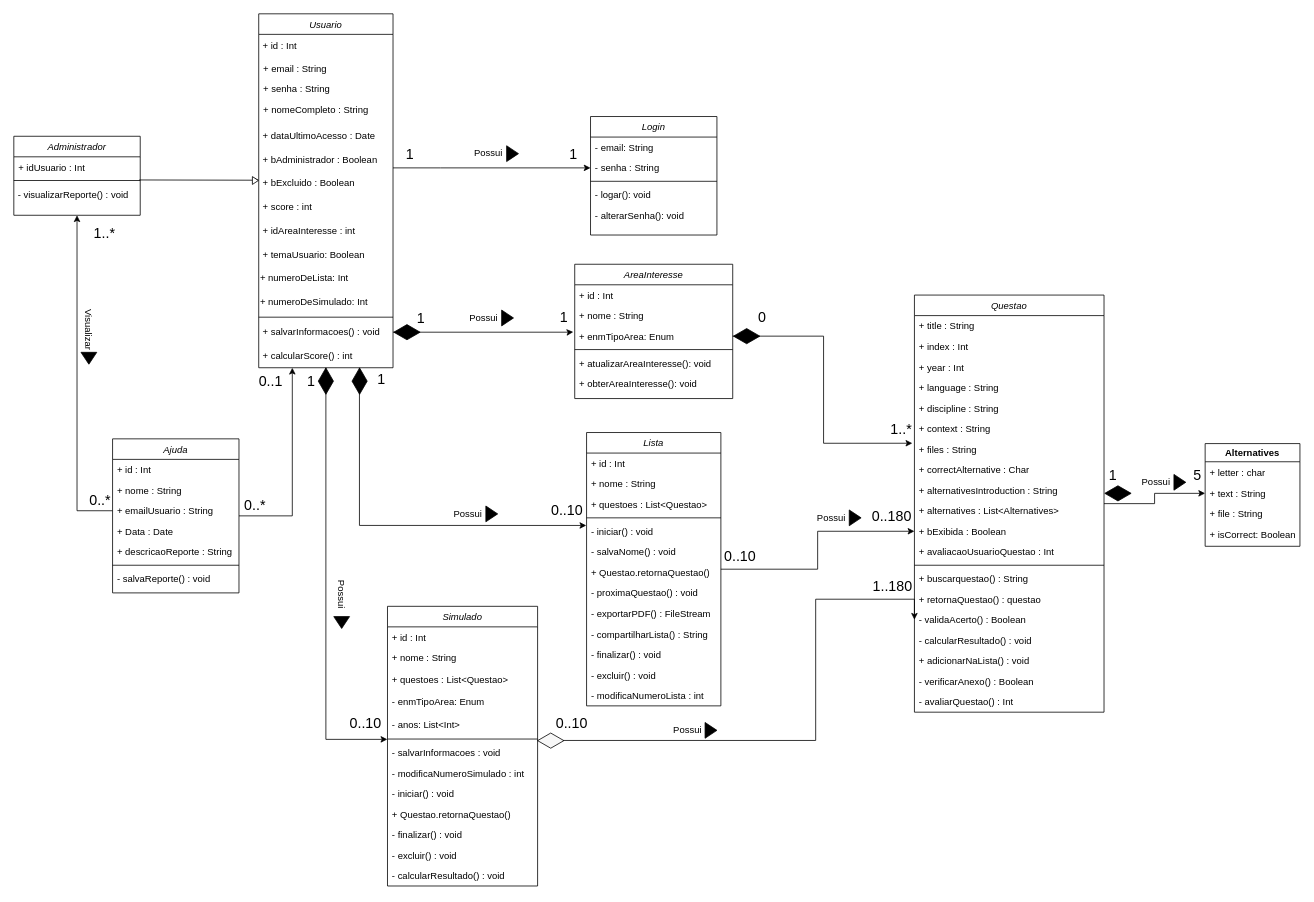
This is QENEM UML Diagram.drawio from augustorazani/QENEM-UML-Diagram, a draw.io file, before an edit. Source tidied: cells renumbered, new cells numbered last; positions are measured from the earlier drawing's top-left corner, leaving out a move shared by most shapes. Both pictures are drawn from the tidied source at 79%, with x=0, y=0 at pixel (13, 13).
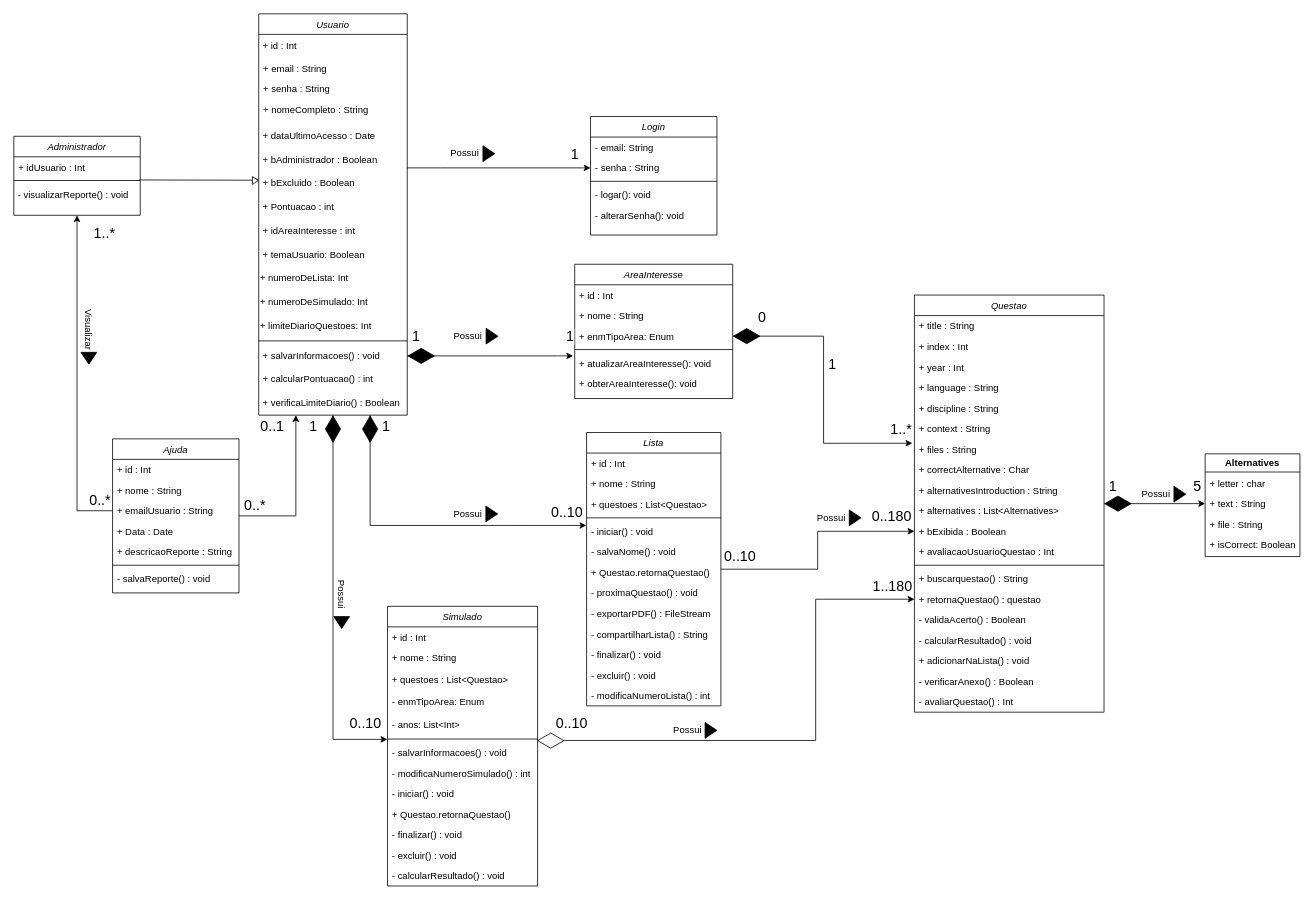
The same diagram, later.

The change refers to these unchanged cells:
```xml
<mxCell id="33" value="Lista" style="swimlane;fontStyle=2;align=center;verticalAlign=top;horizontal=1;startSize=26;rounded=0;shadow=0;strokeWidth=1;" parent="1" vertex="1">
  <mxGeometry x="725" y="530" width="170" height="346" as="geometry" />
</mxCell>
<mxCell id="38" value="- iniciar() : void" style="text;align=left;verticalAlign=top;spacingLeft=4;spacingRight=4;overflow=hidden;points=[[0,0.5],[1,0.5]];portConstraint=eastwest;" parent="33" vertex="1">
  <mxGeometry y="112" width="170" height="26" as="geometry" />
</mxCell>
<mxCell id="49" value="Simulado" style="swimlane;fontStyle=2;align=center;verticalAlign=top;horizontal=1;startSize=26;rounded=0;shadow=0;strokeWidth=1;" parent="1" vertex="1">
  <mxGeometry x="473" y="750" width="190" height="354" as="geometry" />
</mxCell>
<mxCell id="54" value="- anos: List&lt;Int&gt;" style="text;align=left;verticalAlign=top;spacingLeft=4;spacingRight=4;overflow=hidden;points=[[0,0.5],[1,0.5]];portConstraint=eastwest;rounded=0;shadow=0;html=0;" parent="49" vertex="1">
  <mxGeometry y="136" width="190" height="28" as="geometry" />
</mxCell>
<mxCell id="79" value="+ retornaQuestao() : questao" style="text;align=left;verticalAlign=top;spacingLeft=4;spacingRight=4;overflow=hidden;points=[[0,0.5],[1,0.5]];portConstraint=eastwest;" parent="64" vertex="1">
  <mxGeometry y="372" width="240" height="26" as="geometry" />
</mxCell>
<mxCell id="80" value="- validaAcerto() : Boolean" style="text;align=left;verticalAlign=top;spacingLeft=4;spacingRight=4;overflow=hidden;points=[[0,0.5],[1,0.5]];portConstraint=eastwest;" parent="64" vertex="1">
  <mxGeometry y="398" width="240" height="26" as="geometry" />
</mxCell>
<mxCell id="88" value="+ enmTipoArea: Enum" style="text;align=left;verticalAlign=top;spacingLeft=4;spacingRight=4;overflow=hidden;points=[[0,0.5],[1,0.5]];portConstraint=eastwest;rounded=0;shadow=0;html=0;" parent="85" vertex="1">
  <mxGeometry y="78" width="200" height="26" as="geometry" />
</mxCell>
<mxCell id="93" value="Ajuda" style="swimlane;fontStyle=2;align=center;verticalAlign=top;horizontal=1;startSize=26;rounded=0;shadow=0;strokeWidth=1;" parent="1" vertex="1">
  <mxGeometry x="125" y="538" width="160" height="195" as="geometry" />
</mxCell>
```

Change to the diagram source:
```diff
@@
     <mxCell id="4" value="Usuario" style="swimlane;fontStyle=2;align=center;verticalAlign=top;horizontal=1;startSize=26;rounded=0;shadow=0;strokeWidth=1;" parent="1" vertex="1">
-      <mxGeometry x="310" width="170" height="448" as="geometry" />
+      <mxGeometry x="310" width="188" height="508" as="geometry" />
     </mxCell>
     <mxCell id="5" value="&amp;nbsp;+ id : Int" style="text;html=1;align=left;verticalAlign=middle;whiteSpace=wrap;rounded=0;" parent="4" vertex="1">
-      <mxGeometry y="26" width="170" height="30" as="geometry" />
+      <mxGeometry y="26" width="188" height="30" as="geometry" />
     </mxCell>
     <mxCell id="6" value="+ email : String" style="text;align=left;verticalAlign=top;spacingLeft=4;spacingRight=4;overflow=hidden;" parent="4" vertex="1">
-      <mxGeometry y="56" width="170" height="26" as="geometry" />
+      <mxGeometry y="56" width="188" height="26" as="geometry" />
     </mxCell>
     <mxCell id="7" value="+ senha : String" style="text;align=left;verticalAlign=top;spacingLeft=4;spacingRight=4;overflow=hidden;rounded=0;shadow=0;html=0;" parent="4" vertex="1">
-      <mxGeometry y="82" width="170" height="26" as="geometry" />
+      <mxGeometry y="82" width="188" height="26" as="geometry" />
     </mxCell>
     <mxCell id="8" value="+ nomeCompleto : String" style="text;align=left;verticalAlign=top;spacingLeft=4;spacingRight=4;overflow=hidden;rounded=0;shadow=0;html=0;" parent="4" vertex="1">
-      <mxGeometry y="108" width="170" height="32" as="geometry" />
+      <mxGeometry y="108" width="188" height="32" as="geometry" />
     </mxCell>
     <mxCell id="9" value="&amp;nbsp;+ dataUltimoAcesso : Date" style="text;html=1;align=left;verticalAlign=middle;whiteSpace=wrap;rounded=0;" parent="4" vertex="1">
-      <mxGeometry y="140" width="170" height="30" as="geometry" />
+      <mxGeometry y="140" width="188" height="30" as="geometry" />
     </mxCell>
     <mxCell id="10" value="&amp;nbsp;+ bAdministrador : Boolean" style="text;html=1;align=left;verticalAlign=middle;whiteSpace=wrap;rounded=0;" parent="4" vertex="1">
-      <mxGeometry y="170" width="170" height="30" as="geometry" />
+      <mxGeometry y="170" width="188" height="30" as="geometry" />
     </mxCell>
     <mxCell id="11" value="&amp;nbsp;+ bExcluido : Boolean" style="text;html=1;align=left;verticalAlign=middle;whiteSpace=wrap;rounded=0;" parent="4" vertex="1">
-      <mxGeometry y="200" width="170" height="30" as="geometry" />
+      <mxGeometry y="200" width="188" height="30" as="geometry" />
     </mxCell>
-    <mxCell id="12" value="&amp;nbsp;+ score : int" style="text;html=1;align=left;verticalAlign=middle;whiteSpace=wrap;rounded=0;" parent="4" vertex="1">
-      <mxGeometry y="230" width="170" height="30" as="geometry" />
+    <mxCell id="12" value="&amp;nbsp;+ Pontuacao : int" style="text;html=1;align=left;verticalAlign=middle;whiteSpace=wrap;rounded=0;" parent="4" vertex="1">
+      <mxGeometry y="230" width="188" height="30" as="geometry" />
     </mxCell>
     <mxCell id="13" value="&amp;nbsp;+ idAreaInteresse : int" style="text;html=1;align=left;verticalAlign=middle;whiteSpace=wrap;rounded=0;" parent="4" vertex="1">
-      <mxGeometry y="260" width="170" height="30" as="geometry" />
+      <mxGeometry y="260" width="188" height="30" as="geometry" />
     </mxCell>
     <mxCell id="14" value="&amp;nbsp;+ temaUsuario: Boolean" style="text;html=1;align=left;verticalAlign=middle;whiteSpace=wrap;rounded=0;" parent="4" vertex="1">
-      <mxGeometry y="290" width="170" height="30" as="geometry" />
+      <mxGeometry y="290" width="188" height="30" as="geometry" />
     </mxCell>
     <mxCell id="15" value="+ numeroDeLista: Int" style="text;html=1;align=left;verticalAlign=middle;whiteSpace=wrap;rounded=0;" parent="4" vertex="1">
-      <mxGeometry y="320" width="170" height="30" as="geometry" />
+      <mxGeometry y="320" width="188" height="30" as="geometry" />
     </mxCell>
     <mxCell id="16" value="+ numeroDeSimulado: Int" style="text;html=1;align=left;verticalAlign=middle;whiteSpace=wrap;rounded=0;" parent="4" vertex="1">
-      <mxGeometry y="350" width="170" height="30" as="geometry" />
+      <mxGeometry y="350" width="188" height="30" as="geometry" />
     </mxCell>
+    <mxCell id="151" value="+ limiteDiarioQuestoes&lt;span style=&quot;background-color: transparent; color: light-dark(rgb(0, 0, 0), rgb(255, 255, 255));&quot;&gt;: Int&lt;/span&gt;" style="text;html=1;align=left;verticalAlign=middle;whiteSpace=wrap;rounded=0;" parent="4" vertex="1">
+      <mxGeometry y="380" width="188" height="30" as="geometry" />
+    </mxCell>
     <mxCell id="17" style="line;html=1;strokeWidth=1;align=left;verticalAlign=middle;spacingTop=-1;spacingLeft=3;spacingRight=3;labelPosition=right;" parent="4" vertex="1">
-      <mxGeometry y="380" width="170" height="8" as="geometry" />
+      <mxGeometry y="410" width="188" height="8" as="geometry" />
     </mxCell>
     <mxCell id="18" value="&amp;nbsp;+ salvarInformacoes() : void" style="text;strokeColor=none;align=left;fillColor=none;html=1;verticalAlign=middle;whiteSpace=wrap;rounded=0;" parent="4" vertex="1">
-      <mxGeometry y="388" width="170" height="30" as="geometry" />
+      <mxGeometry y="418" width="188" height="30" as="geometry" />
     </mxCell>
-    <mxCell id="19" value="&amp;nbsp;+ calcularScore() : int" style="text;strokeColor=none;align=left;fillColor=none;html=1;verticalAlign=middle;whiteSpace=wrap;rounded=0;" parent="4" vertex="1">
-      <mxGeometry y="418" width="170" height="30" as="geometry" />
+    <mxCell id="19" value="&amp;nbsp;+ calcularPontuacao() : int" style="text;strokeColor=none;align=left;fillColor=none;html=1;verticalAlign=middle;whiteSpace=wrap;rounded=0;" parent="4" vertex="1">
+      <mxGeometry y="448" width="188" height="30" as="geometry" />
     </mxCell>
+    <mxCell id="152" value="&amp;nbsp;+ verificaLimiteDiario() : Boolean" style="text;strokeColor=none;align=left;fillColor=none;html=1;verticalAlign=middle;whiteSpace=wrap;rounded=0;" parent="4" vertex="1">
+      <mxGeometry y="478" width="188" height="30" as="geometry" />
+    </mxCell>
@@
-    <mxCell id="46" value="- modificaNumeroLista : int" style="text;align=left;verticalAlign=top;spacingLeft=4;spacingRight=4;overflow=hidden;" parent="33" vertex="1">
+    <mxCell id="46" value="- modificaNumeroLista() : int" style="text;align=left;verticalAlign=top;spacingLeft=4;spacingRight=4;overflow=hidden;" parent="33" vertex="1">
       <mxGeometry y="320" width="170" height="26" as="geometry" />
     </mxCell>
-    <mxCell id="47" style="edgeStyle=orthogonalEdgeStyle;rounded=0;jettySize=auto;html=1;exitX=0.5;exitY=1;exitDx=0;exitDy=0;entryX=-0.001;entryY=1.157;entryDx=0;entryDy=0;entryPerimeter=0;" parent="1" edge="1" source="19" target="54">
+    <mxCell id="47" style="edgeStyle=orthogonalEdgeStyle;rounded=0;jettySize=auto;html=1;exitX=0.5;exitY=1;exitDx=0;exitDy=0;entryX=-0.001;entryY=1.157;entryDx=0;entryDy=0;entryPerimeter=0;" parent="1" edge="1" source="152" target="54">
       <mxGeometry relative="1" as="geometry" />
     </mxCell>
-    <mxCell id="48" style="edgeStyle=orthogonalEdgeStyle;rounded=0;jettySize=auto;html=1;exitX=0.999;exitY=-0.085;exitDx=0;exitDy=0;exitPerimeter=0;entryX=0;entryY=0.5;entryDx=0;entryDy=0;" parent="1" edge="1" source="56" target="80">
+    <mxCell id="48" style="edgeStyle=orthogonalEdgeStyle;rounded=0;jettySize=auto;html=1;exitX=0.999;exitY=-0.085;exitDx=0;exitDy=0;exitPerimeter=0;entryX=0;entryY=0.5;entryDx=0;entryDy=0;" parent="1" edge="1" source="56" target="79">
       <mxGeometry relative="1" as="geometry">
         <Array as="points">
           <mxPoint x="1015" y="920" />
           <mxPoint x="1015" y="741" />
         </Array>
       </mxGeometry>
     </mxCell>
@@
-    <mxCell id="56" value="- salvarInformacoes : void" style="text;align=left;verticalAlign=top;spacingLeft=4;spacingRight=4;overflow=hidden;points=[[0,0.5],[1,0.5]];portConstraint=eastwest;" parent="49" vertex="1">
+    <mxCell id="56" value="- salvarInformacoes() : void" style="text;align=left;verticalAlign=top;spacingLeft=4;spacingRight=4;overflow=hidden;points=[[0,0.5],[1,0.5]];portConstraint=eastwest;" parent="49" vertex="1">
       <mxGeometry y="172" width="190" height="26" as="geometry" />
     </mxCell>
-    <mxCell id="57" value="- modificaNumeroSimulado : int" style="text;align=left;verticalAlign=top;spacingLeft=4;spacingRight=4;overflow=hidden;" parent="49" vertex="1">
+    <mxCell id="57" value="- modificaNumeroSimulado() : int" style="text;align=left;verticalAlign=top;spacingLeft=4;spacingRight=4;overflow=hidden;" parent="49" vertex="1">
       <mxGeometry y="198" width="190" height="26" as="geometry" />
     </mxCell>
@@
-    <mxCell id="92" style="edgeStyle=orthogonalEdgeStyle;rounded=0;jettySize=auto;html=1;entryX=0.25;entryY=1;entryDx=0;entryDy=0;" parent="1" edge="1" source="93" target="19">
+    <mxCell id="92" style="edgeStyle=orthogonalEdgeStyle;rounded=0;jettySize=auto;html=1;entryX=0.25;entryY=1;entryDx=0;entryDy=0;" parent="1" edge="1" source="93" target="152">
       <mxGeometry relative="1" as="geometry" />
     </mxCell>
@@
     <mxCell id="101" value="&lt;font style=&quot;font-size: 18px;&quot;&gt;1&lt;/font&gt;" style="edgeLabel;html=1;align=center;verticalAlign=middle;" parent="1" vertex="1">
-      <mxGeometry x="500" y="177" as="geometry" />
+      <mxGeometry x="1035" y="443.5" as="geometry" />
     </mxCell>
@@
-    <mxCell id="105" style="edgeStyle=orthogonalEdgeStyle;rounded=0;jettySize=auto;html=1;exitX=1;exitY=0.5;exitDx=0;exitDy=0;entryX=-0.009;entryY=0.3;entryDx=0;entryDy=0;entryPerimeter=0;" parent="1" edge="1" source="18" target="88">
+    <mxCell id="105" style="edgeStyle=orthogonalEdgeStyle;rounded=0;jettySize=auto;html=1;exitX=1;exitY=0.5;exitDx=0;exitDy=0;" parent="1" edge="1" source="18">
       <mxGeometry relative="1" as="geometry">
+        <mxPoint x="708" y="433" as="targetPoint" />
         <Array as="points">
-          <mxPoint x="705" y="403" />
+          <mxPoint x="688" y="433" />
         </Array>
       </mxGeometry>
     </mxCell>
     <mxCell id="106" value="&lt;font style=&quot;font-size: 18px;&quot;&gt;1&lt;/font&gt;" style="edgeLabel;html=1;align=center;verticalAlign=middle;" parent="105" vertex="1">
       <mxGeometry x="-0.7" y="-1" relative="1" as="geometry">
-        <mxPoint x="181" y="-21" as="offset" />
+        <mxPoint x="173" y="-26" as="offset" />
       </mxGeometry>
     </mxCell>
     <mxCell id="107" value="&lt;font style=&quot;font-size: 18px;&quot;&gt;1&lt;/font&gt;" style="edgeLabel;html=1;align=center;verticalAlign=middle;" parent="1" vertex="1">
-      <mxGeometry x="375" y="465" as="geometry" />
+      <mxGeometry x="378" y="522" as="geometry" />
     </mxCell>
@@
     <mxCell id="111" value="&lt;font style=&quot;font-size: 18px;&quot;&gt;1&lt;/font&gt;" style="edgeLabel;html=1;align=center;verticalAlign=middle;" parent="1" vertex="1">
-      <mxGeometry x="514.3" y="385" as="geometry" />
+      <mxGeometry x="508" y="408" as="geometry" />
     </mxCell>
     <mxCell id="112" value="&lt;font style=&quot;font-size: 18px;&quot;&gt;0..1&lt;/font&gt;" style="edgeLabel;html=1;align=center;verticalAlign=middle;" parent="1" vertex="1">
-      <mxGeometry x="514.3" y="398" as="geometry">
+      <mxGeometry x="516.7" y="455" as="geometry">
         <mxPoint x="-190" y="67" as="offset" />
       </mxGeometry>
     </mxCell>
@@
     <mxCell id="117" style="html=1;whiteSpace=wrap;shape=isoRectangle;strokeColor=light-dark(#000000,#000000);fillColor=light-dark(#000000,#000000);" parent="1" vertex="1">
-      <mxGeometry x="481" y="393" width="33.3" height="20" as="geometry" />
+      <mxGeometry x="499" y="423" width="33.3" height="20" as="geometry" />
     </mxCell>
-    <mxCell id="118" style="edgeStyle=orthogonalEdgeStyle;rounded=0;jettySize=auto;html=1;exitX=0.75;exitY=1;exitDx=0;exitDy=0;entryX=-0.002;entryY=0.217;entryDx=0;entryDy=0;entryPerimeter=0;" parent="1" edge="1" source="19" target="38">
+    <mxCell id="118" style="edgeStyle=orthogonalEdgeStyle;rounded=0;jettySize=auto;html=1;exitX=0.75;exitY=1;exitDx=0;exitDy=0;entryX=-0.002;entryY=0.217;entryDx=0;entryDy=0;entryPerimeter=0;" parent="1" edge="1" source="152" target="38">
       <mxGeometry relative="1" as="geometry" />
     </mxCell>
     <mxCell id="119" value="&lt;font style=&quot;font-size: 18px;&quot;&gt;1&lt;/font&gt;" style="edgeLabel;html=1;align=center;verticalAlign=middle;" parent="118" vertex="1">
       <mxGeometry x="0.94" relative="1" as="geometry">
-        <mxPoint x="-245" y="-185" as="offset" />
+        <mxPoint x="-242" y="-125" as="offset" />
       </mxGeometry>
     </mxCell>
     <mxCell id="120" value="&lt;font style=&quot;font-size: 18px;&quot;&gt;0..10&lt;/font&gt;" style="edgeLabel;html=1;align=center;verticalAlign=middle;" parent="118" vertex="1">
       <mxGeometry x="-0.74" y="-1" relative="1" as="geometry">
-        <mxPoint x="263" y="117" as="offset" />
+        <mxPoint x="249" y="69" as="offset" />
       </mxGeometry>
     </mxCell>
     <mxCell id="121" style="html=1;whiteSpace=wrap;shape=isoRectangle;strokeColor=light-dark(#000000,#000000);fillColor=light-dark(#000000,#000000);direction=south;" parent="1" vertex="1">
-      <mxGeometry x="427.7" y="448.3" width="20" height="33.3" as="geometry" />
+      <mxGeometry x="441" y="509" width="20" height="33.3" as="geometry" />
     </mxCell>
     <mxCell id="122" style="html=1;whiteSpace=wrap;shape=isoRectangle;strokeColor=light-dark(#000000,#000000);fillColor=light-dark(#000000,#000000);direction=south;" parent="1" vertex="1">
-      <mxGeometry x="385" y="448.3" width="20" height="33.3" as="geometry" />
+      <mxGeometry x="394" y="509" width="20" height="33.3" as="geometry" />
     </mxCell>
@@
     <mxCell id="124" style="triangle;whiteSpace=wrap;html=1;fillColor=#000000;" parent="1" vertex="1">
-      <mxGeometry x="617.5" y="375" width="15" height="20" as="geometry" />
+      <mxGeometry x="597.8" y="398" width="15" height="20" as="geometry" />
     </mxCell>
-    <mxCell id="125" value="Possui" style="text;html=1;align=center;verticalAlign=middle;whiteSpace=wrap;rounded=0;" parent="1" vertex="1">
-      <mxGeometry x="565" y="370" width="60" height="30" as="geometry" />
-    </mxCell>
@@
     <mxCell id="134" style="triangle;whiteSpace=wrap;html=1;fillColor=#000000;" parent="1" vertex="1">
-      <mxGeometry x="623.8" y="167" width="15" height="20" as="geometry" />
+      <mxGeometry x="593.8" y="167" width="15" height="20" as="geometry" />
     </mxCell>
     <mxCell id="135" value="Possui" style="text;html=1;align=center;verticalAlign=middle;whiteSpace=wrap;rounded=0;" parent="1" vertex="1">
-      <mxGeometry x="571.2" y="162" width="60" height="30" as="geometry" />
+      <mxGeometry x="541.2" y="162" width="60" height="30" as="geometry" />
     </mxCell>
@@
     <mxCell id="141" value="Alternatives" style="swimlane;whiteSpace=wrap;html=1;" parent="1" vertex="1">
-      <mxGeometry x="1508" y="544" width="120" height="130" as="geometry" />
+      <mxGeometry x="1508" y="557" width="120" height="130" as="geometry" />
     </mxCell>
@@
     <mxCell id="146" style="html=1;whiteSpace=wrap;shape=isoRectangle;strokeColor=light-dark(#000000,#000000);fillColor=light-dark(#000000,#000000);" parent="1" vertex="1">
-      <mxGeometry x="1381" y="597" width="33.3" height="20" as="geometry" />
+      <mxGeometry x="1381" y="610" width="33.3" height="20" as="geometry" />
     </mxCell>
     <mxCell id="147" style="triangle;whiteSpace=wrap;html=1;fillColor=#000000;" parent="1" vertex="1">
-      <mxGeometry x="1468.5" y="583" width="15" height="20" as="geometry" />
+      <mxGeometry x="1468.5" y="598" width="15" height="20" as="geometry" />
     </mxCell>
     <mxCell id="148" value="Possui" style="text;html=1;align=center;verticalAlign=middle;whiteSpace=wrap;rounded=0;" parent="1" vertex="1">
-      <mxGeometry x="1416" y="578" width="60" height="30" as="geometry" />
+      <mxGeometry x="1416" y="593" width="60" height="30" as="geometry" />
     </mxCell>
     <mxCell id="149" value="&lt;font style=&quot;font-size: 18px;&quot;&gt;5&lt;/font&gt;" style="edgeLabel;html=1;align=center;verticalAlign=middle;" parent="1" vertex="1">
-      <mxGeometry x="1159" y="583" as="geometry">
+      <mxGeometry x="1159" y="598" as="geometry">
         <mxPoint x="338" as="offset" />
       </mxGeometry>
     </mxCell>
     <mxCell id="150" value="&lt;font style=&quot;font-size: 18px;&quot;&gt;1&lt;/font&gt;" style="edgeLabel;html=1;align=center;verticalAlign=middle;" parent="1" vertex="1">
-      <mxGeometry x="1390" y="583" as="geometry" />
+      <mxGeometry x="1390" y="598" as="geometry" />
     </mxCell>
+    <mxCell id="125" value="Possui" style="text;html=1;align=center;verticalAlign=middle;whiteSpace=wrap;rounded=0;" parent="1" vertex="1">
+      <mxGeometry x="545" y="393" width="60" height="30" as="geometry" />
+    </mxCell>
```
